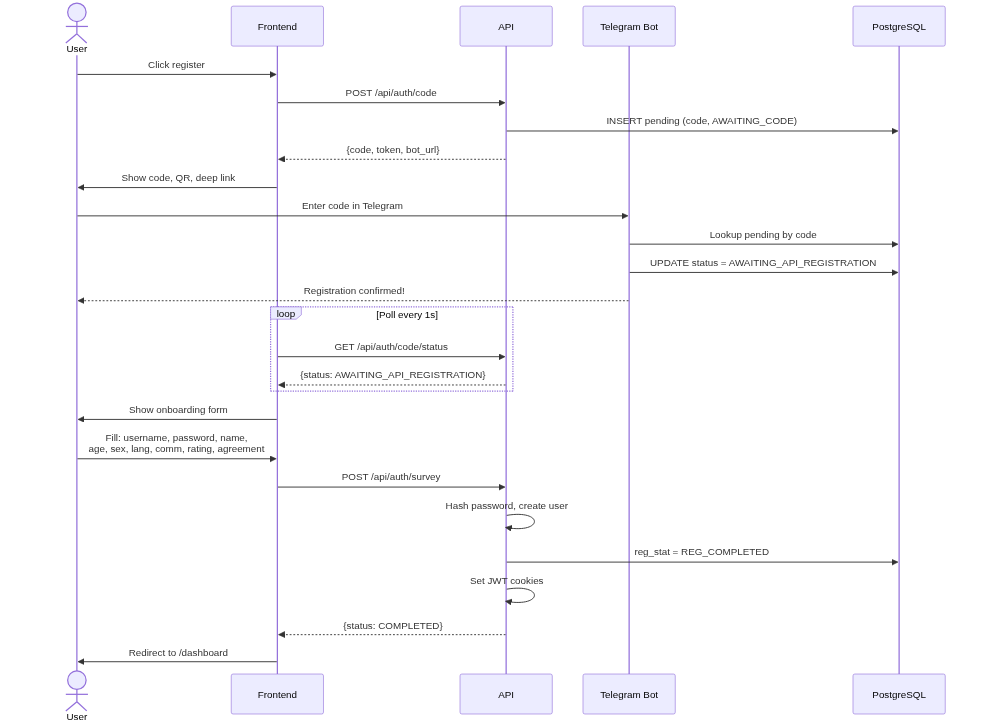
This is docs/diagrams/registration.png from Faunistica/Faunistica_4.0, a Mermaid export, as it was before one commit. Its source is kept beside it as docs/diagrams/registration.mmd.
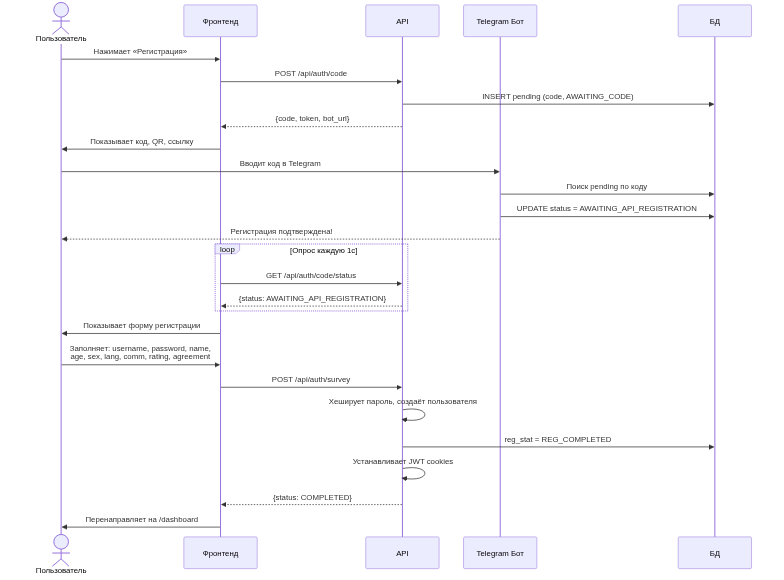
The same diagram one commit later.

Change to the diagram source:
```diff
@@ -1,31 +1,31 @@
 sequenceDiagram
-    actor User
-    participant Frontend as Frontend
-    participant API as API
-    participant Bot as Telegram Bot
-    participant DB as PostgreSQL
+    actor U as Пользователь
+    participant F as Фронтенд
+    participant A as API
+    participant B as Telegram Бот
+    participant D as БД
 
-    User->>Frontend: Click register
-    Frontend->>API: POST /api/auth/code
-    API->>DB: INSERT pending (code, AWAITING_CODE)
-    API-->>Frontend: {code, token, bot_url}
-    Frontend->>User: Show code, QR, deep link
+    U->>F: Нажимает «Регистрация»
+    F->>A: POST /api/auth/code
+    A->>D: INSERT pending (code, AWAITING_CODE)
+    A-->>F: {code, token, bot_url}
+    F->>U: Показывает код, QR, ссылку
 
-    User->>Bot: Enter code in Telegram
-    Bot->>DB: Lookup pending by code
-    Bot->>DB: UPDATE status = AWAITING_API_REGISTRATION
-    Bot-->>User: Registration confirmed!
+    U->>B: Вводит код в Telegram
+    B->>D: Поиск pending по коду
+    B->>D: UPDATE status = AWAITING_API_REGISTRATION
+    B-->>U: Регистрация подтверждена!
 
-    loop Poll every 1s
-        Frontend->>API: GET /api/auth/code/status
-        API-->>Frontend: {status: AWAITING_API_REGISTRATION}
+    loop Опрос каждую 1с
+        F->>A: GET /api/auth/code/status
+        A-->>F: {status: AWAITING_API_REGISTRATION}
     end
 
-    Frontend->>User: Show onboarding form
-    User->>Frontend: Fill: username, password, name,<br/>age, sex, lang, comm, rating, agreement
-    Frontend->>API: POST /api/auth/survey
-    API->>API: Hash password, create user
-    API->>DB: reg_stat = REG_COMPLETED
-    API->>API: Set JWT cookies
-    API-->>Frontend: {status: COMPLETED}
-    Frontend->>User: Redirect to /dashboard
+    F->>U: Показывает форму регистрации
+    U->>F: Заполняет: username, password, name,<br/>age, sex, lang, comm, rating, agreement
+    F->>A: POST /api/auth/survey
+    A->>A: Хеширует пароль, создаёт пользователя
+    A->>D: reg_stat = REG_COMPLETED
+    A->>A: Устанавливает JWT cookies
+    A-->>F: {status: COMPLETED}
+    F->>U: Перенаправляет на /dashboard
```
